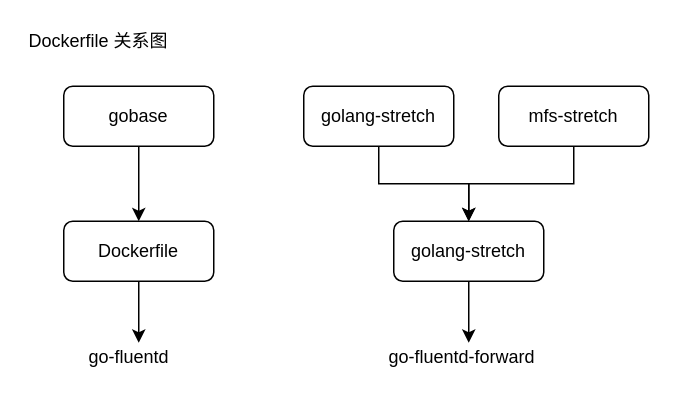
Laisky/go-fluentd keeps this draw.io diagram as .docker/dockerfile-relations.drawio. Above is the earlier version. Source tidied: cells renumbered, new cells numbered last; positions are measured from the earlier drawing's top-left corner, leaving out a move shared by most shapes. Both pictures are drawn from the tidied source at 150%, with x=0, y=0 at pixel (26, 26).
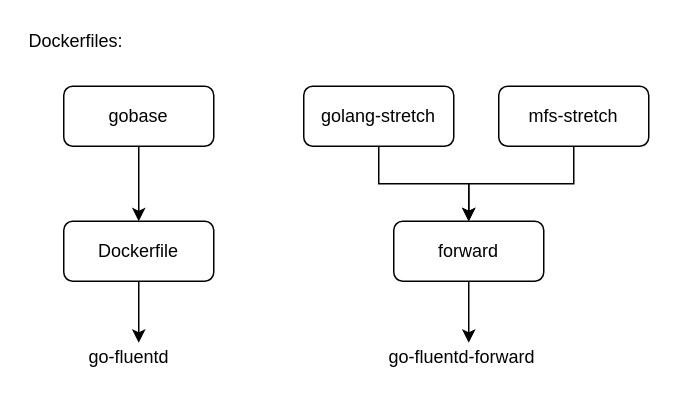
The same page after the edit.

What changed in the source:
```diff
@@
 <mxGraphModel>
   <root>
     <mxCell id="0" />
     <mxCell id="1" parent="0" />
     <mxCell id="2" style="edgeStyle=orthogonalEdgeStyle;rounded=0;jettySize=auto;html=1;exitX=0.5;exitY=1;exitDx=0;exitDy=0;entryX=0.5;entryY=0;entryDx=0;entryDy=0;" parent="1" edge="1" source="3" target="5">
       <mxGeometry relative="1" as="geometry" />
     </mxCell>
     <mxCell id="3" value="gobase" style="rounded=1;whiteSpace=wrap;html=1;" parent="1" vertex="1">
       <mxGeometry x="25" y="40" width="100" height="40" as="geometry" />
     </mxCell>
     <mxCell id="4" style="edgeStyle=orthogonalEdgeStyle;rounded=0;jettySize=auto;html=1;" parent="1" edge="1" source="5" target="6">
       <mxGeometry relative="1" as="geometry" />
     </mxCell>
     <mxCell id="5" value="Dockerfile" style="rounded=1;whiteSpace=wrap;html=1;" parent="1" vertex="1">
       <mxGeometry x="25" y="130" width="100" height="40" as="geometry" />
     </mxCell>
     <mxCell id="6" value="go-fluentd&lt;br&gt;" style="text;html=1;points=[];align=left;verticalAlign=top;spacingTop=-4;" parent="1" vertex="1">
       <mxGeometry x="40" y="211" width="70" height="20" as="geometry" />
     </mxCell>
     <mxCell id="7" style="edgeStyle=orthogonalEdgeStyle;rounded=0;jettySize=auto;html=1;entryX=0.5;entryY=0;entryDx=0;entryDy=0;" parent="1" edge="1" source="8" target="12">
       <mxGeometry relative="1" as="geometry" />
     </mxCell>
     <mxCell id="8" value="golang-stretch" style="rounded=1;whiteSpace=wrap;html=1;" parent="1" vertex="1">
       <mxGeometry x="185" y="40" width="100" height="40" as="geometry" />
     </mxCell>
     <mxCell id="9" style="edgeStyle=orthogonalEdgeStyle;rounded=0;jettySize=auto;html=1;entryX=0.5;entryY=0;entryDx=0;entryDy=0;" parent="1" edge="1" source="10" target="12">
       <mxGeometry relative="1" as="geometry" />
     </mxCell>
     <mxCell id="10" value="&lt;div&gt;&lt;span&gt;mfs-stretch&lt;/span&gt;&lt;/div&gt;" style="rounded=1;whiteSpace=wrap;html=1;" parent="1" vertex="1">
       <mxGeometry x="315" y="40" width="100" height="40" as="geometry" />
     </mxCell>
     <mxCell id="11" style="edgeStyle=orthogonalEdgeStyle;rounded=0;jettySize=auto;html=1;" parent="1" edge="1" source="12" target="13">
       <mxGeometry relative="1" as="geometry" />
     </mxCell>
-    <mxCell id="12" value="golang-stretch" style="rounded=1;whiteSpace=wrap;html=1;" parent="1" vertex="1">
+    <mxCell id="12" value="forward" style="rounded=1;whiteSpace=wrap;html=1;" parent="1" vertex="1">
       <mxGeometry x="245" y="130" width="100" height="40" as="geometry" />
     </mxCell>
     <mxCell id="13" value="go-fluentd-forward" style="text;html=1;points=[];align=left;verticalAlign=top;spacingTop=-4;" parent="1" vertex="1">
       <mxGeometry x="240" y="211" width="110" height="20" as="geometry" />
     </mxCell>
-    <mxCell id="14" value="Dockerfile 关系图" style="text;html=1;align=left;verticalAlign=top;spacingTop=-4;" parent="1" vertex="1">
-      <mxGeometry width="110" height="20" as="geometry" />
+    <mxCell id="14" value="Dockerfiles:" style="text;html=1;align=left;verticalAlign=top;spacingTop=-4;" parent="1" vertex="1">
+      <mxGeometry width="80" height="20" as="geometry" />
     </mxCell>
   </root>
 </mxGraphModel>
```
